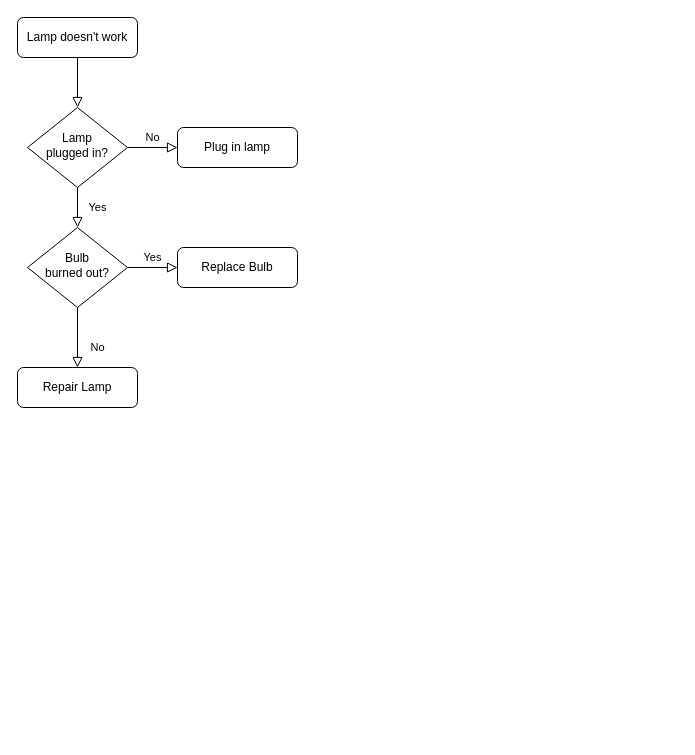
Before: Teknologi - mbot - sikkerhed i fremtiden.drawio in Voidrunner42/Storage, a draw.io diagram. Source tidied: cells renumbered, new cells numbered last; positions are measured from the earlier drawing's top-left corner, leaving out a move shared by most shapes. Both pictures are drawn from the tidied source at 100%, with x=0, y=0 at pixel (17, 17).
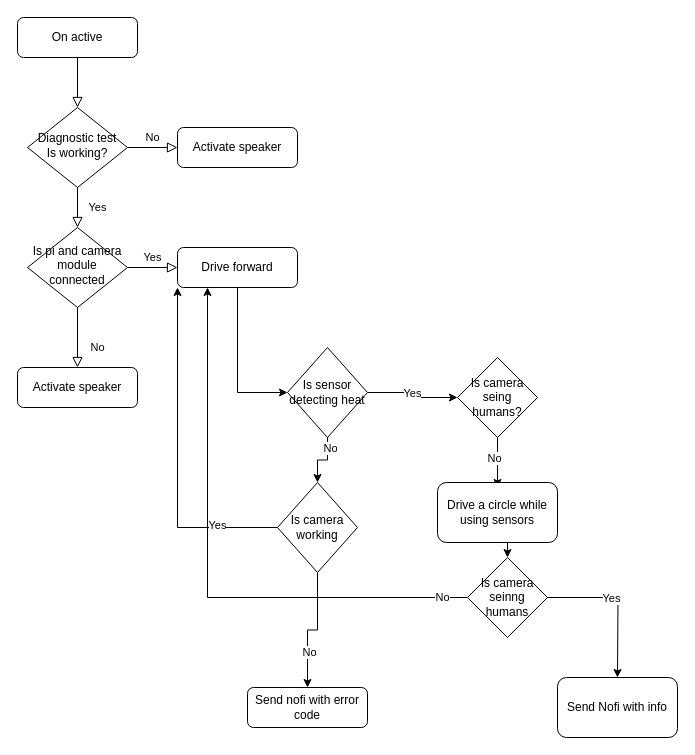
The same diagram, later.

What changed in the source:
```diff
@@
-    <mxCell id="3" value="Lamp doesn't work" style="rounded=1;whiteSpace=wrap;html=1;fontSize=12;glass=0;strokeWidth=1;shadow=0;" parent="1" vertex="1">
+    <mxCell id="3" value="On active" style="rounded=1;whiteSpace=wrap;html=1;fontSize=12;glass=0;strokeWidth=1;shadow=0;" parent="1" vertex="1">
       <mxGeometry width="120" height="40" as="geometry" />
     </mxCell>
@@
-    <mxCell id="6" value="Lamp&lt;br&gt;plugged in?" style="rhombus;whiteSpace=wrap;html=1;shadow=0;fontFamily=Helvetica;fontSize=12;align=center;strokeWidth=1;spacing=6;spacingTop=-4;" parent="1" vertex="1">
+    <mxCell id="6" value="Diagnostic test&lt;br&gt;Is working?" style="rhombus;whiteSpace=wrap;html=1;shadow=0;fontFamily=Helvetica;fontSize=12;align=center;strokeWidth=1;spacing=6;spacingTop=-4;" parent="1" vertex="1">
       <mxGeometry x="10" y="90" width="100" height="80" as="geometry" />
     </mxCell>
-    <mxCell id="7" value="Plug in lamp" style="rounded=1;whiteSpace=wrap;html=1;fontSize=12;glass=0;strokeWidth=1;shadow=0;" parent="1" vertex="1">
+    <mxCell id="7" value="Activate speaker" style="rounded=1;whiteSpace=wrap;html=1;fontSize=12;glass=0;strokeWidth=1;shadow=0;" parent="1" vertex="1">
       <mxGeometry x="160" y="110" width="120" height="40" as="geometry" />
     </mxCell>
@@
-    <mxCell id="10" value="Bulb&lt;br&gt;burned out?" style="rhombus;whiteSpace=wrap;html=1;shadow=0;fontFamily=Helvetica;fontSize=12;align=center;strokeWidth=1;spacing=6;spacingTop=-4;" parent="1" vertex="1">
+    <mxCell id="10" value="Is pi and camera module connected" style="rhombus;whiteSpace=wrap;html=1;shadow=0;fontFamily=Helvetica;fontSize=12;align=center;strokeWidth=1;spacing=6;spacingTop=-4;" parent="1" vertex="1">
       <mxGeometry x="10" y="210" width="100" height="80" as="geometry" />
     </mxCell>
-    <mxCell id="11" value="Repair Lamp" style="rounded=1;whiteSpace=wrap;html=1;fontSize=12;glass=0;strokeWidth=1;shadow=0;" parent="1" vertex="1">
+    <mxCell id="11" value="Activate speaker" style="rounded=1;whiteSpace=wrap;html=1;fontSize=12;glass=0;strokeWidth=1;shadow=0;" parent="1" vertex="1">
       <mxGeometry y="350" width="120" height="40" as="geometry" />
     </mxCell>
+    <mxCell id="13" style="edgeStyle=orthogonalEdgeStyle;rounded=0;jettySize=auto;html=1;entryX=0;entryY=0.5;entryDx=0;entryDy=0;" parent="1" edge="1" source="12" target="18">
+      <mxGeometry relative="1" as="geometry" />
+    </mxCell>
-    <mxCell id="12" value="Replace Bulb" style="rounded=1;whiteSpace=wrap;html=1;fontSize=12;glass=0;strokeWidth=1;shadow=0;" parent="1" vertex="1">
+    <mxCell id="12" value="Drive forward" style="rounded=1;whiteSpace=wrap;html=1;fontSize=12;glass=0;strokeWidth=1;shadow=0;" parent="1" vertex="1">
       <mxGeometry x="160" y="230" width="120" height="40" as="geometry" />
     </mxCell>
+    <mxCell id="14" style="edgeStyle=orthogonalEdgeStyle;rounded=0;jettySize=auto;html=1;" parent="1" edge="1" source="18" target="21">
+      <mxGeometry relative="1" as="geometry" />
+    </mxCell>
+    <mxCell id="15" value="Yes" style="edgeLabel;html=1;align=center;verticalAlign=middle;" parent="14" vertex="1">
+      <mxGeometry x="-0.1" y="-1" relative="1" as="geometry">
+        <mxPoint x="1" y="-1" as="offset" />
+      </mxGeometry>
+    </mxCell>
+    <mxCell id="16" style="edgeStyle=orthogonalEdgeStyle;rounded=0;jettySize=auto;html=1;" parent="1" edge="1" source="18" target="26">
+      <mxGeometry relative="1" as="geometry" />
+    </mxCell>
+    <mxCell id="17" value="No" style="edgeLabel;html=1;align=center;verticalAlign=middle;" parent="16" vertex="1">
+      <mxGeometry x="-0.65" y="2" relative="1" as="geometry" />
+    </mxCell>
+    <mxCell id="18" value="Is sensor detecting heat" style="rhombus;whiteSpace=wrap;html=1;" parent="1" vertex="1">
+      <mxGeometry x="270" y="330" width="80" height="90" as="geometry" />
+    </mxCell>
+    <mxCell id="19" style="edgeStyle=orthogonalEdgeStyle;rounded=0;jettySize=auto;html=1;" parent="1" edge="1" source="21">
+      <mxGeometry relative="1" as="geometry">
+        <mxPoint x="480" y="470" as="targetPoint" />
+      </mxGeometry>
+    </mxCell>
+    <mxCell id="20" value="No" style="edgeLabel;html=1;align=center;verticalAlign=middle;" parent="19" vertex="1">
+      <mxGeometry x="-0.2" y="-4" relative="1" as="geometry" />
+    </mxCell>
+    <mxCell id="21" value="Is camera seing humans?" style="rhombus;whiteSpace=wrap;html=1;" parent="1" vertex="1">
+      <mxGeometry x="440" y="340" width="80" height="80" as="geometry" />
+    </mxCell>
+    <mxCell id="22" style="edgeStyle=orthogonalEdgeStyle;rounded=0;jettySize=auto;html=1;entryX=0;entryY=1;entryDx=0;entryDy=0;" parent="1" edge="1" source="26" target="12">
+      <mxGeometry relative="1" as="geometry">
+        <Array as="points">
+          <mxPoint x="160" y="510" />
+        </Array>
+      </mxGeometry>
+    </mxCell>
+    <mxCell id="23" value="Yes" style="edgeLabel;html=1;align=center;verticalAlign=middle;" parent="22" vertex="1">
+      <mxGeometry x="-0.64" y="-3" relative="1" as="geometry" />
+    </mxCell>
+    <mxCell id="24" style="edgeStyle=orthogonalEdgeStyle;rounded=0;jettySize=auto;html=1;entryX=0.5;entryY=0;entryDx=0;entryDy=0;" parent="1" edge="1" source="26" target="35">
+      <mxGeometry relative="1" as="geometry" />
+    </mxCell>
+    <mxCell id="25" value="No" style="edgeLabel;html=1;align=center;verticalAlign=middle;" parent="24" vertex="1">
+      <mxGeometry x="0.42" y="1" relative="1" as="geometry" />
+    </mxCell>
+    <mxCell id="26" value="Is camera working" style="rhombus;whiteSpace=wrap;html=1;" parent="1" vertex="1">
+      <mxGeometry x="260" y="465" width="80" height="90" as="geometry" />
+    </mxCell>
+    <mxCell id="27" style="edgeStyle=orthogonalEdgeStyle;rounded=0;jettySize=auto;html=1;exitX=0.5;exitY=1;exitDx=0;exitDy=0;entryX=0.5;entryY=0;entryDx=0;entryDy=0;" parent="1" edge="1" source="28" target="33">
+      <mxGeometry relative="1" as="geometry" />
+    </mxCell>
+    <mxCell id="28" value="Drive a circle while using sensors" style="rounded=1;whiteSpace=wrap;html=1;" parent="1" vertex="1">
+      <mxGeometry x="420" y="465" width="120" height="60" as="geometry" />
+    </mxCell>
+    <mxCell id="29" style="edgeStyle=orthogonalEdgeStyle;rounded=0;jettySize=auto;html=1;" parent="1" edge="1" source="33">
+      <mxGeometry relative="1" as="geometry">
+        <mxPoint x="600" y="660" as="targetPoint" />
+      </mxGeometry>
+    </mxCell>
+    <mxCell id="30" value="Yes" style="edgeLabel;html=1;align=center;verticalAlign=middle;" parent="29" vertex="1">
+      <mxGeometry x="-0.16" y="1" relative="1" as="geometry">
+        <mxPoint y="1" as="offset" />
+      </mxGeometry>
+    </mxCell>
+    <mxCell id="31" style="edgeStyle=orthogonalEdgeStyle;rounded=0;jettySize=auto;html=1;entryX=0.25;entryY=1;entryDx=0;entryDy=0;" parent="1" edge="1" source="33" target="12">
+      <mxGeometry relative="1" as="geometry" />
+    </mxCell>
+    <mxCell id="32" value="No" style="edgeLabel;html=1;align=center;verticalAlign=middle;" parent="31" vertex="1">
+      <mxGeometry x="-0.91" y="-1" relative="1" as="geometry" />
+    </mxCell>
+    <mxCell id="33" value="Is camera seinng humans" style="rhombus;whiteSpace=wrap;html=1;" parent="1" vertex="1">
+      <mxGeometry x="450" y="540" width="80" height="80" as="geometry" />
+    </mxCell>
+    <mxCell id="34" value="Send Nofi with info" style="rounded=1;whiteSpace=wrap;html=1;" parent="1" vertex="1">
+      <mxGeometry x="540" y="660" width="120" height="60" as="geometry" />
+    </mxCell>
+    <mxCell id="35" value="Send nofi with error code" style="rounded=1;whiteSpace=wrap;html=1;" parent="1" vertex="1">
+      <mxGeometry x="230" y="670" width="120" height="40" as="geometry" />
+    </mxCell>
```
